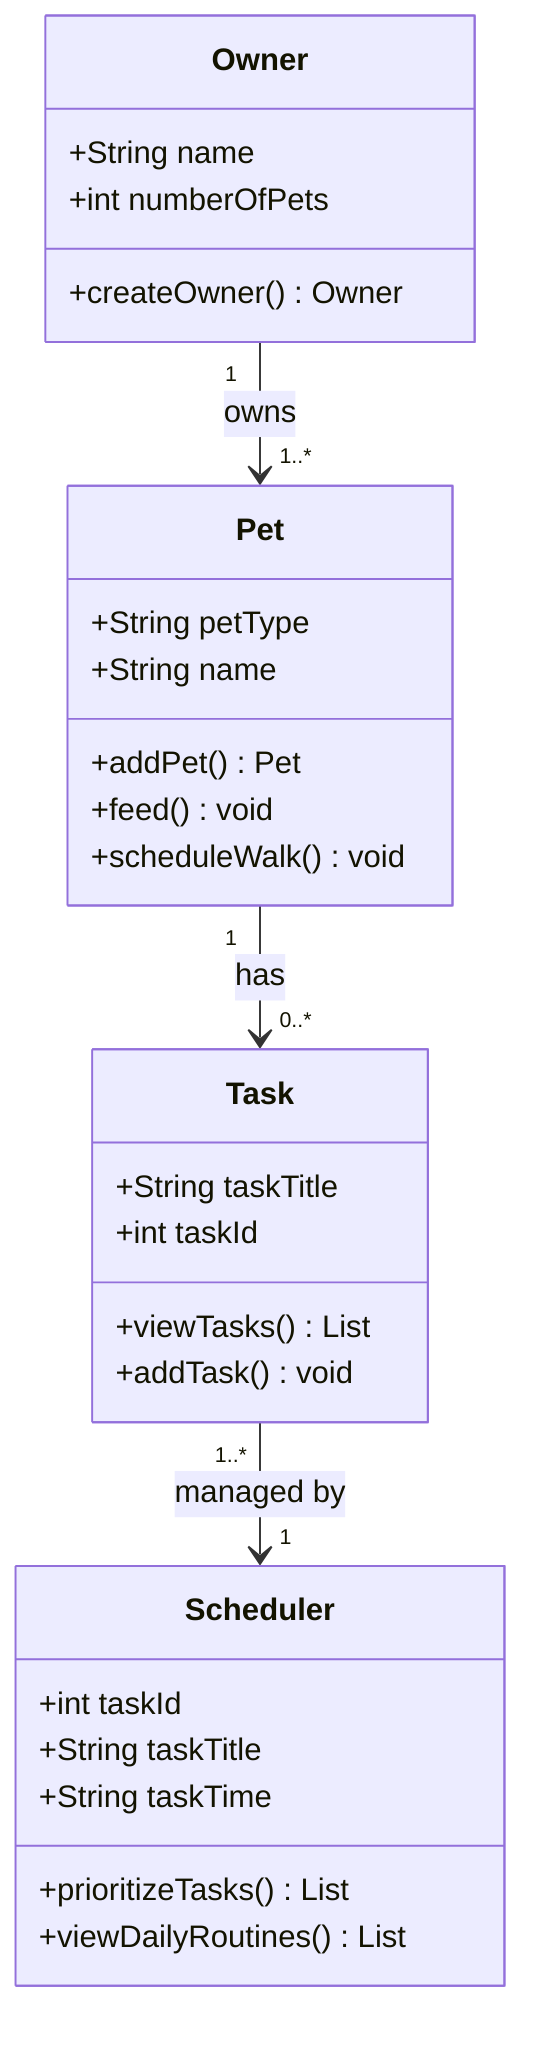
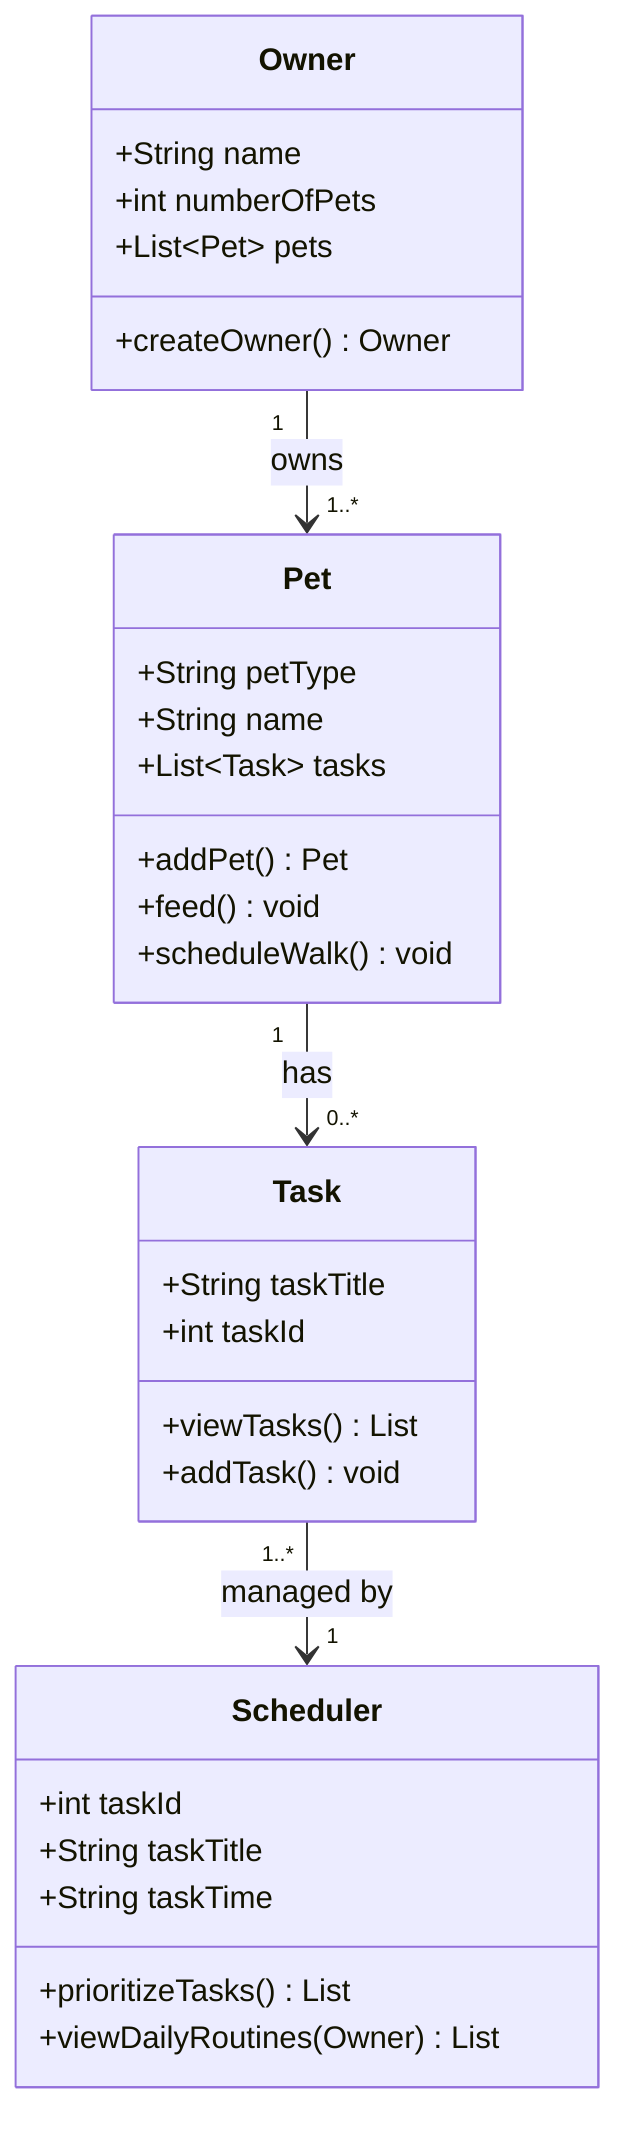
classDiagram
    class Owner {
        +String name
        +int numberOfPets
+         +List~Pet~ pets
        +createOwner() Owner
    }

    class Pet {
        +String petType
        +String name
+         +List~Task~ tasks
        +addPet() Pet
        +feed() void
        +scheduleWalk() void
    }

    class Task {
        +String taskTitle
        +int taskId
        +viewTasks() List
        +addTask() void
    }

    class Scheduler {
        +int taskId
        +String taskTitle
        +String taskTime
        +prioritizeTasks() List
-         +viewDailyRoutines() List
+         +viewDailyRoutines(Owner) List
    }

    Owner "1" --> "1..*" Pet : owns
    Pet "1" --> "0..*" Task : has
    Task "1..*" --> "1" Scheduler : managed by
